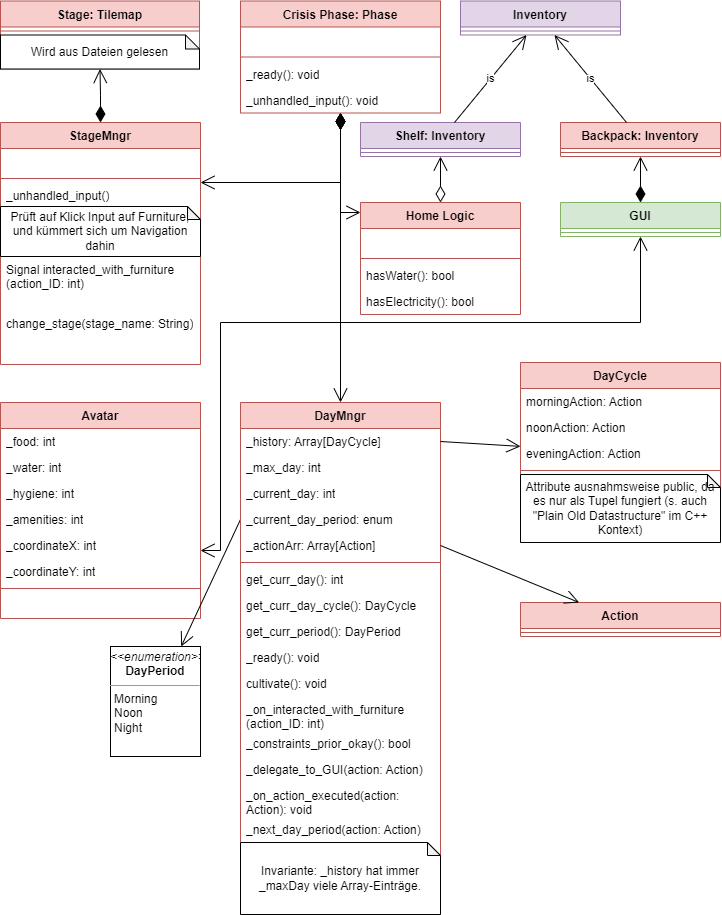
Before: doc/emergenCITY_SEArchitecture-Crisis Phase.drawio.png, a diagram exported from draw.io (Spexify/emergenCity). Source tidied: cells renumbered, new cells last; positions are measured from the earlier drawing's top-left corner, leaving out a move shared by most shapes.
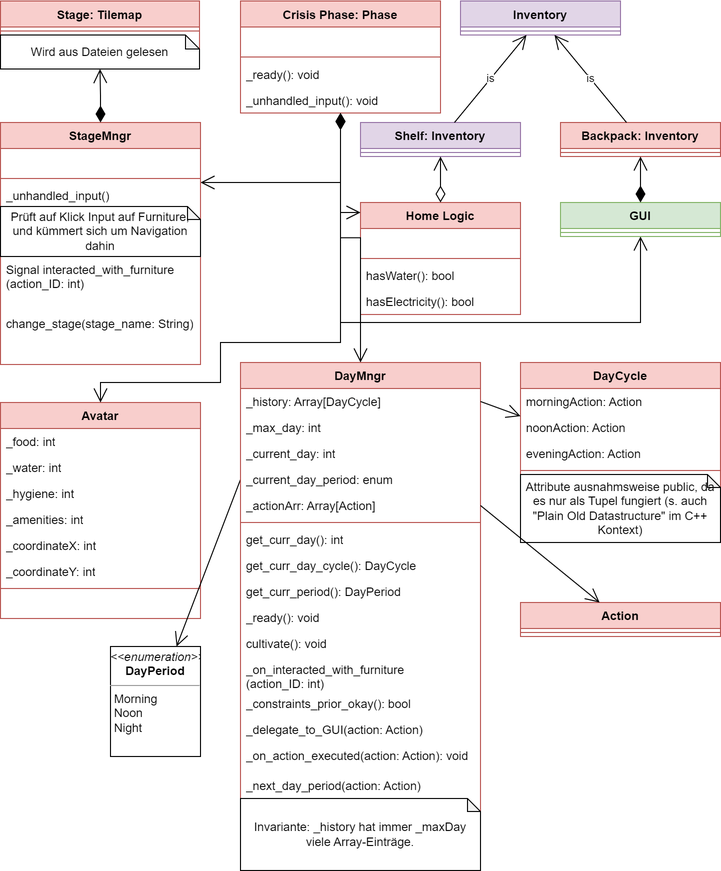
Later version of the same file.

Change to the diagram source:
```diff
@@ -75,12 +75,13 @@
         </Array>
       </mxGeometry>
     </mxCell>
-    <mxCell id="25" style="endArrow=open;html=1;endSize=12;startArrow=diamondThin;startSize=14;startFill=1;edgeStyle=orthogonalEdgeStyle;align=left;verticalAlign=bottom;rounded=0;" parent="1" edge="1" source="2" target="7">
+    <mxCell id="25" style="endArrow=open;html=1;endSize=12;startArrow=diamondThin;startSize=14;startFill=1;edgeStyle=orthogonalEdgeStyle;align=left;verticalAlign=bottom;rounded=0;entryX=0.5;entryY=0;entryDx=0;entryDy=0;" parent="1" edge="1" source="2" target="7">
       <mxGeometry x="0.96" y="-10" relative="1" as="geometry">
         <Array as="points">
-          <mxPoint x="340" y="322" />
-          <mxPoint x="220" y="322" />
-          <mxPoint x="220" y="550" />
+          <mxPoint x="340" y="342" />
+          <mxPoint x="220" y="342" />
+          <mxPoint x="220" y="382" />
+          <mxPoint x="100" y="382" />
         </Array>
         <mxPoint y="1" as="offset" />
       </mxGeometry>
@@ -173,58 +174,58 @@
       <mxGeometry y="188" width="200" height="54" as="geometry" />
     </mxCell>
     <mxCell id="52" value="DayMngr" style="swimlane;fontStyle=1;align=center;verticalAlign=top;horizontal=1;startSize=26;whiteSpace=wrap;html=1;fillColor=#f8cecc;strokeColor=#b85450;" parent="1" vertex="1">
-      <mxGeometry x="240" y="402" width="200" height="512" as="geometry" />
+      <mxGeometry x="240" y="362" width="240" height="508" as="geometry" />
     </mxCell>
     <mxCell id="53" value="_history: Array[DayCycle]" style="text;strokeColor=none;fillColor=none;align=left;verticalAlign=top;spacingLeft=4;spacingRight=4;overflow=hidden;points=[[0,0.5],[1,0.5]];portConstraint=eastwest;whiteSpace=wrap;html=1;" parent="52" vertex="1">
-      <mxGeometry y="26" width="200" height="26" as="geometry" />
+      <mxGeometry y="26" width="240" height="26" as="geometry" />
     </mxCell>
     <mxCell id="54" value="_max_day: int" style="text;strokeColor=none;fillColor=none;align=left;verticalAlign=top;spacingLeft=4;spacingRight=4;overflow=hidden;whiteSpace=wrap;html=1;" parent="52" vertex="1">
-      <mxGeometry y="52" width="200" height="26" as="geometry" />
+      <mxGeometry y="52" width="240" height="26" as="geometry" />
     </mxCell>
     <mxCell id="55" value="_current_day: int" style="text;strokeColor=none;fillColor=none;align=left;verticalAlign=top;spacingLeft=4;spacingRight=4;overflow=hidden;whiteSpace=wrap;html=1;" parent="52" vertex="1">
-      <mxGeometry y="78" width="200" height="26" as="geometry" />
+      <mxGeometry y="78" width="240" height="26" as="geometry" />
     </mxCell>
     <mxCell id="56" value="_current_day_period: enum" style="text;strokeColor=none;fillColor=none;align=left;verticalAlign=top;spacingLeft=4;spacingRight=4;overflow=hidden;points=[[0,0.5],[1,0.5]];portConstraint=eastwest;whiteSpace=wrap;html=1;" parent="52" vertex="1">
-      <mxGeometry y="104" width="200" height="26" as="geometry" />
+      <mxGeometry y="104" width="240" height="26" as="geometry" />
     </mxCell>
     <mxCell id="57" value="_actionArr: Array[Action]" style="text;strokeColor=none;fillColor=none;align=left;verticalAlign=top;spacingLeft=4;spacingRight=4;overflow=hidden;points=[[0,0.5],[1,0.5]];portConstraint=eastwest;whiteSpace=wrap;html=1;" parent="52" vertex="1">
-      <mxGeometry y="130" width="200" height="26" as="geometry" />
+      <mxGeometry y="130" width="240" height="26" as="geometry" />
     </mxCell>
     <mxCell id="58" style="line;strokeWidth=1;fillColor=none;align=left;verticalAlign=middle;spacingTop=-1;spacingLeft=3;spacingRight=3;labelPosition=right;strokeColor=inherit;" parent="52" vertex="1">
-      <mxGeometry y="156" width="200" height="8" as="geometry" />
+      <mxGeometry y="156" width="240" height="8" as="geometry" />
     </mxCell>
     <mxCell id="59" value="get_curr_day(): int" style="text;strokeColor=none;fillColor=none;align=left;verticalAlign=top;spacingLeft=4;spacingRight=4;overflow=hidden;whiteSpace=wrap;html=1;" parent="52" vertex="1">
-      <mxGeometry y="164" width="200" height="26" as="geometry" />
+      <mxGeometry y="164" width="240" height="26" as="geometry" />
     </mxCell>
     <mxCell id="60" value="get_curr_day_cycle(): DayCycle" style="text;strokeColor=none;fillColor=none;align=left;verticalAlign=top;spacingLeft=4;spacingRight=4;overflow=hidden;whiteSpace=wrap;html=1;" parent="52" vertex="1">
-      <mxGeometry y="190" width="200" height="26" as="geometry" />
+      <mxGeometry y="190" width="240" height="26" as="geometry" />
     </mxCell>
     <mxCell id="61" value="get_curr_period(): DayPeriod" style="text;strokeColor=none;fillColor=none;align=left;verticalAlign=top;spacingLeft=4;spacingRight=4;overflow=hidden;whiteSpace=wrap;html=1;" parent="52" vertex="1">
-      <mxGeometry y="216" width="200" height="26" as="geometry" />
+      <mxGeometry y="216" width="240" height="26" as="geometry" />
     </mxCell>
     <mxCell id="62" value="_ready(): void" style="text;strokeColor=none;fillColor=none;align=left;verticalAlign=top;spacingLeft=4;spacingRight=4;overflow=hidden;whiteSpace=wrap;html=1;" parent="52" vertex="1">
-      <mxGeometry y="242" width="200" height="26" as="geometry" />
+      <mxGeometry y="242" width="240" height="26" as="geometry" />
     </mxCell>
     <mxCell id="63" value="cultivate(): void" style="text;strokeColor=none;fillColor=none;align=left;verticalAlign=top;spacingLeft=4;spacingRight=4;overflow=hidden;whiteSpace=wrap;html=1;" parent="52" vertex="1">
-      <mxGeometry y="268" width="200" height="26" as="geometry" />
+      <mxGeometry y="268" width="240" height="26" as="geometry" />
     </mxCell>
     <mxCell id="64" value="_on_interacted_with_furniture&lt;br&gt;(action_ID: int)" style="text;strokeColor=none;fillColor=none;align=left;verticalAlign=top;spacingLeft=4;spacingRight=4;overflow=hidden;whiteSpace=wrap;html=1;" parent="52" vertex="1">
-      <mxGeometry y="294" width="200" height="34" as="geometry" />
+      <mxGeometry y="294" width="240" height="34" as="geometry" />
     </mxCell>
     <mxCell id="65" value="_constraints_prior_okay(): bool" style="text;strokeColor=none;fillColor=none;align=left;verticalAlign=top;spacingLeft=4;spacingRight=4;overflow=hidden;whiteSpace=wrap;html=1;" parent="52" vertex="1">
-      <mxGeometry y="328" width="200" height="26" as="geometry" />
+      <mxGeometry y="328" width="240" height="26" as="geometry" />
     </mxCell>
     <mxCell id="66" value="_delegate_to_GUI(action: Action)" style="text;strokeColor=none;fillColor=none;align=left;verticalAlign=top;spacingLeft=4;spacingRight=4;overflow=hidden;whiteSpace=wrap;html=1;" parent="52" vertex="1">
-      <mxGeometry y="354" width="200" height="26" as="geometry" />
+      <mxGeometry y="354" width="240" height="26" as="geometry" />
     </mxCell>
     <mxCell id="67" value="_on_action_executed(action: Action): void" style="text;strokeColor=none;fillColor=none;align=left;verticalAlign=top;spacingLeft=4;spacingRight=4;overflow=hidden;whiteSpace=wrap;html=1;" parent="52" vertex="1">
-      <mxGeometry y="380" width="200" height="34" as="geometry" />
+      <mxGeometry y="380" width="240" height="30" as="geometry" />
     </mxCell>
     <mxCell id="68" value="_next_day_period(action: Action)" style="text;strokeColor=none;fillColor=none;align=left;verticalAlign=top;spacingLeft=4;spacingRight=4;overflow=hidden;whiteSpace=wrap;html=1;" parent="52" vertex="1">
-      <mxGeometry y="414" width="200" height="26" as="geometry" />
+      <mxGeometry y="410" width="240" height="26" as="geometry" />
     </mxCell>
     <mxCell id="69" value="Invariante: _history hat immer _maxDay viele Array-Einträge." style="shape=note;whiteSpace=wrap;html=1;backgroundOutline=1;darkOpacity=0.05;size=13;" parent="52" vertex="1">
-      <mxGeometry y="440" width="200" height="72" as="geometry" />
+      <mxGeometry y="436" width="240" height="72" as="geometry" />
     </mxCell>
     <mxCell id="70" style="endArrow=open;html=1;endSize=12;startArrow=diamondThin;startSize=14;startFill=1;edgeStyle=orthogonalEdgeStyle;align=left;verticalAlign=bottom;rounded=0;" parent="1" edge="1" source="45" target="30">
       <mxGeometry relative="1" as="geometry" />
```
